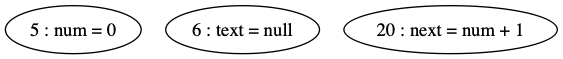
This is pdg/images/testObject-testingMethodParams.png from thomassimko/thesis-code-duplication, a Graphviz export, as it was before one commit. Its source is kept beside it as pdg/source/testObject-testingMethodParams.gv.
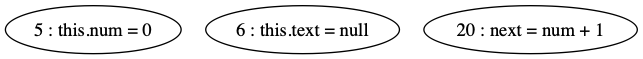
The same file after the commit.

Diff of the diagram source:
```diff
@@ -1,5 +1,5 @@
 digraph G {
-"5 : num = 0"
-"6 : text = null"
+"5 : this.num = 0"
+"6 : this.text = null"
 "20 : next = num + 1"
 }
```
